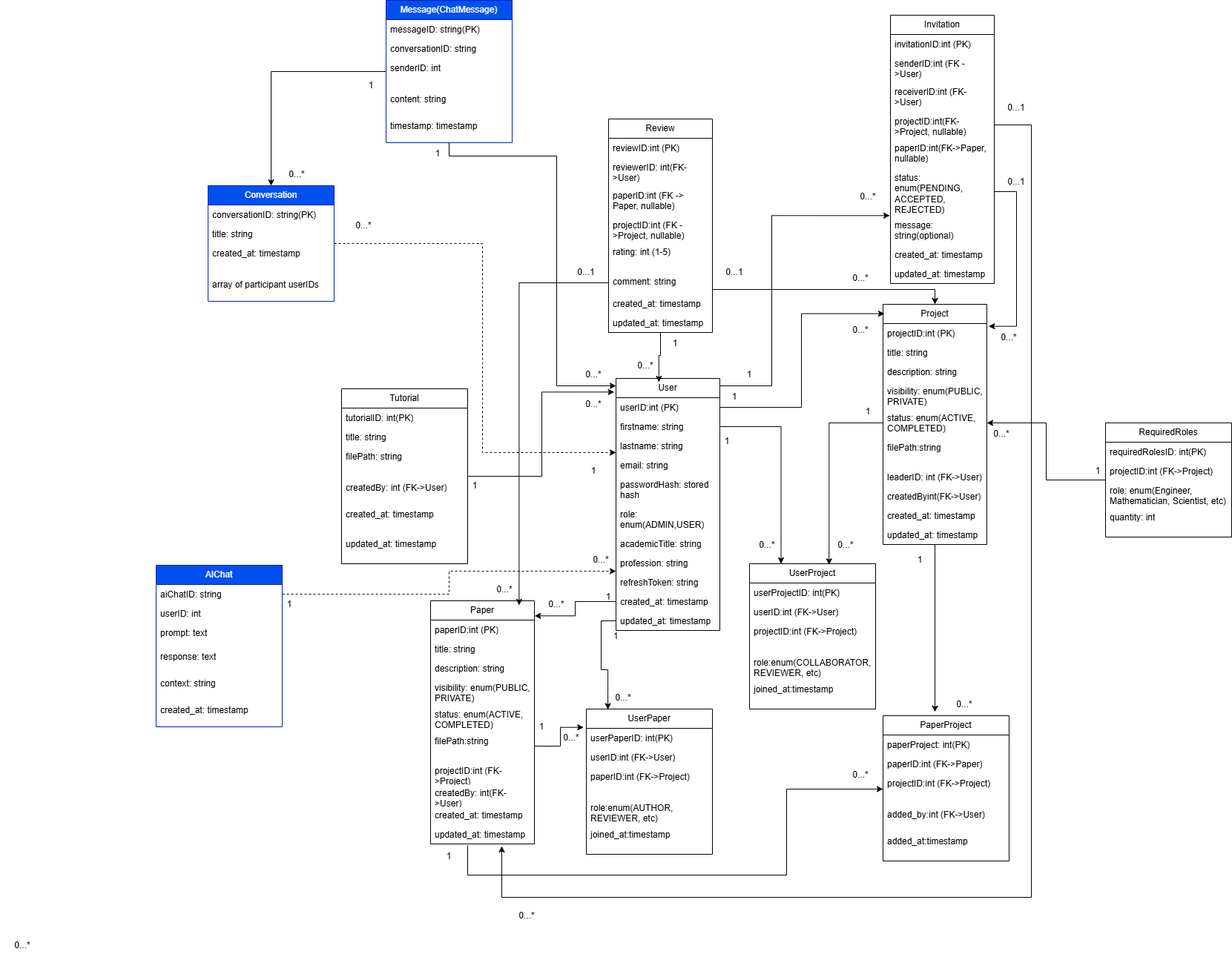
This is DOC/ERD of the project/SingularityExpress.drawio.png from ArbSahatqijaa/SingularityExpress, a draw.io export, as it was before one commit. Source tidied: cells renumbered, new cells last; positions are measured from the earlier drawing's top-left corner, leaving out a move shared by most shapes.
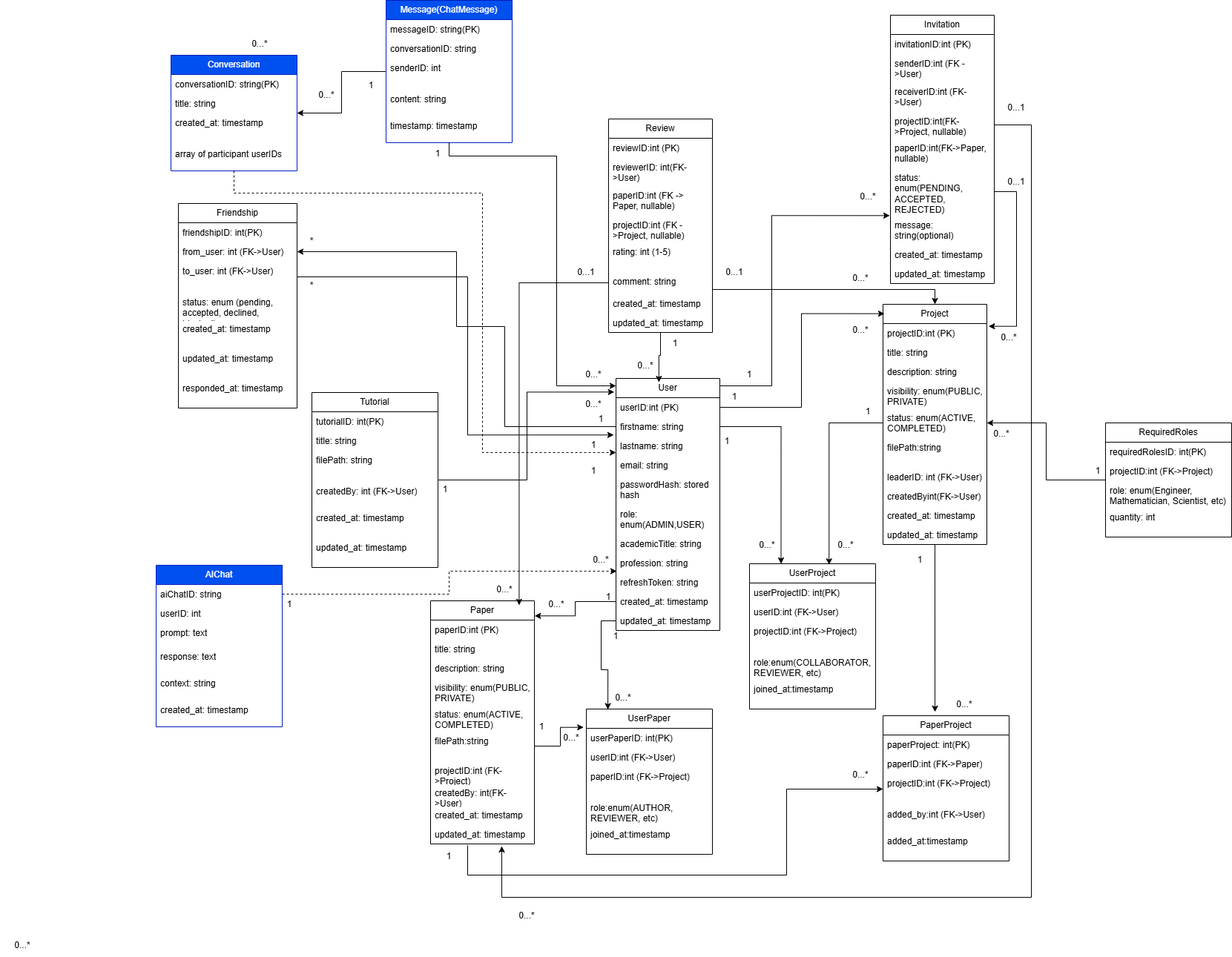
After the change.

Commit message:
ERD changed, added friendship as an entity, created Friendship model in the back

Change to the diagram source:
```diff
@@ -227,7 +227,7 @@
       <mxGeometry y="114" width="170" height="40" as="geometry" />
     </mxCell>
     <mxCell id="74" value="Tutorial" style="swimlane;fontStyle=0;horizontal=1;startSize=26;fillColor=none;whiteSpace=wrap;html=1;" parent="1" vertex="1">
-      <mxGeometry x="460" y="524" width="170" height="236" as="geometry" />
+      <mxGeometry x="420" y="529" width="170" height="236" as="geometry" />
     </mxCell>
     <mxCell id="75" value="tutorialID: int(PK)" style="text;strokeColor=none;fillColor=none;align=left;verticalAlign=top;spacingLeft=4;spacingRight=4;overflow=hidden;whiteSpace=wrap;html=1;" parent="74" vertex="1">
       <mxGeometry y="26" width="170" height="26" as="geometry" />
@@ -248,7 +248,7 @@
       <mxGeometry y="196" width="170" height="40" as="geometry" />
     </mxCell>
     <mxCell id="81" value="Conversation" style="swimlane;fontStyle=0;horizontal=1;startSize=26;fillColor=#0050ef;whiteSpace=wrap;html=1;fontColor=#ffffff;strokeColor=#001DBC;" parent="1" vertex="1">
-      <mxGeometry x="280" y="250" width="170" height="156" as="geometry" />
+      <mxGeometry x="230" y="74" width="170" height="156" as="geometry" />
     </mxCell>
     <mxCell id="82" value="conversationID: string(PK)" style="text;strokeColor=none;fillColor=none;align=left;verticalAlign=top;spacingLeft=4;spacingRight=4;overflow=hidden;whiteSpace=wrap;html=1;" parent="81" vertex="1">
       <mxGeometry y="26" width="170" height="26" as="geometry" />
@@ -443,7 +443,7 @@
       <mxGeometry relative="1" as="geometry" />
     </mxCell>
     <mxCell id="139" value="1" style="text;html=1;align=center;verticalAlign=middle;whiteSpace=wrap;rounded=0;" parent="1" vertex="1">
-      <mxGeometry x="610" y="640" width="60" height="30" as="geometry" />
+      <mxGeometry x="570" y="645" width="60" height="30" as="geometry" />
     </mxCell>
     <mxCell id="140" value="0...*" style="text;html=1;align=center;verticalAlign=middle;whiteSpace=wrap;rounded=0;" parent="1" vertex="1">
       <mxGeometry x="770" y="530" width="60" height="30" as="geometry" />
@@ -457,19 +457,20 @@
     <mxCell id="143" style="edgeStyle=orthogonalEdgeStyle;rounded=0;jettySize=auto;html=1;entryX=0;entryY=0.846;entryDx=0;entryDy=0;entryPerimeter=0;dashed=1;" parent="1" edge="1" source="81" target="5">
       <mxGeometry relative="1" as="geometry">
         <Array as="points">
-          <mxPoint x="650" y="328" />
+          <mxPoint x="315" y="260" />
+          <mxPoint x="650" y="260" />
           <mxPoint x="650" y="610" />
         </Array>
       </mxGeometry>
     </mxCell>
     <mxCell id="144" value="0...*" style="text;html=1;align=center;verticalAlign=middle;whiteSpace=wrap;rounded=0;" parent="1" vertex="1">
-      <mxGeometry x="460" y="289" width="60" height="30" as="geometry" />
+      <mxGeometry x="410" y="113" width="60" height="30" as="geometry" />
     </mxCell>
     <mxCell id="145" value="1" style="text;html=1;align=center;verticalAlign=middle;whiteSpace=wrap;rounded=0;" parent="1" vertex="1">
       <mxGeometry x="770" y="620" width="60" height="30" as="geometry" />
     </mxCell>
     <mxCell id="146" value="0...*" style="text;html=1;align=center;verticalAlign=middle;whiteSpace=wrap;rounded=0;" parent="1" vertex="1">
-      <mxGeometry x="370" y="220" width="60" height="30" as="geometry" />
+      <mxGeometry x="320" y="44" width="60" height="30" as="geometry" />
     </mxCell>
     <mxCell id="147" value="1" style="text;html=1;align=center;verticalAlign=middle;whiteSpace=wrap;rounded=0;" parent="1" vertex="1">
       <mxGeometry x="470" y="100" width="60" height="30" as="geometry" />
@@ -535,5 +536,59 @@
     <mxCell id="163" value="0...*" style="text;html=1;align=center;verticalAlign=middle;whiteSpace=wrap;rounded=0;" parent="1" vertex="1">
       <mxGeometry x="1270" y="935" width="60" height="30" as="geometry" />
     </mxCell>
+    <mxCell id="164" value="Friendship" style="swimlane;fontStyle=0;horizontal=1;startSize=26;fillColor=none;whiteSpace=wrap;html=1;" parent="1" vertex="1">
+      <mxGeometry x="240" y="274" width="160" height="276" as="geometry" />
+    </mxCell>
+    <mxCell id="165" value="friendshipID: int(PK)" style="text;strokeColor=none;fillColor=none;align=left;verticalAlign=top;spacingLeft=4;spacingRight=4;overflow=hidden;whiteSpace=wrap;html=1;" parent="164" vertex="1">
+      <mxGeometry y="26" width="160" height="26" as="geometry" />
+    </mxCell>
+    <mxCell id="166" value="from_user: int (FK-&amp;gt;User)" style="text;strokeColor=none;fillColor=none;align=left;verticalAlign=top;spacingLeft=4;spacingRight=4;overflow=hidden;points=[[0,0.5],[1,0.5]];portConstraint=eastwest;whiteSpace=wrap;html=1;" parent="164" vertex="1">
+      <mxGeometry y="52" width="160" height="26" as="geometry" />
+    </mxCell>
+    <mxCell id="167" value="to_user: int (FK-&amp;gt;User)" style="text;strokeColor=none;fillColor=none;align=left;verticalAlign=top;spacingLeft=4;spacingRight=4;overflow=hidden;points=[[0,0.5],[1,0.5]];portConstraint=eastwest;whiteSpace=wrap;html=1;" parent="164" vertex="1">
+      <mxGeometry y="78" width="160" height="42" as="geometry" />
+    </mxCell>
+    <mxCell id="168" value="status: enum (pending, accepted, declined, blocked)" style="text;strokeColor=none;fillColor=none;align=left;verticalAlign=top;spacingLeft=4;spacingRight=4;overflow=hidden;whiteSpace=wrap;html=1;" parent="164" vertex="1">
+      <mxGeometry y="120" width="160" height="36" as="geometry" />
+    </mxCell>
+    <mxCell id="169" value="created_at: timestamp" style="text;strokeColor=none;fillColor=none;align=left;verticalAlign=top;spacingLeft=4;spacingRight=4;overflow=hidden;whiteSpace=wrap;html=1;" parent="164" vertex="1">
+      <mxGeometry y="156" width="160" height="40" as="geometry" />
+    </mxCell>
+    <mxCell id="170" value="updated_at: timestamp" style="text;strokeColor=none;fillColor=none;align=left;verticalAlign=top;spacingLeft=4;spacingRight=4;overflow=hidden;whiteSpace=wrap;html=1;" parent="164" vertex="1">
+      <mxGeometry y="196" width="160" height="40" as="geometry" />
+    </mxCell>
+    <mxCell id="171" value="responded_at: timestamp" style="text;strokeColor=none;fillColor=none;align=left;verticalAlign=top;spacingLeft=4;spacingRight=4;overflow=hidden;whiteSpace=wrap;html=1;" parent="164" vertex="1">
+      <mxGeometry y="236" width="160" height="40" as="geometry" />
+    </mxCell>
+    <mxCell id="172" style="edgeStyle=orthogonalEdgeStyle;rounded=0;jettySize=auto;html=1;entryX=1;entryY=0.5;entryDx=0;entryDy=0;" parent="1" edge="1" source="4" target="166">
+      <mxGeometry relative="1" as="geometry">
+        <Array as="points">
+          <mxPoint x="680" y="575" />
+          <mxPoint x="680" y="440" />
+          <mxPoint x="615" y="440" />
+          <mxPoint x="615" y="339" />
+        </Array>
+      </mxGeometry>
+    </mxCell>
+    <mxCell id="173" style="edgeStyle=orthogonalEdgeStyle;rounded=0;jettySize=auto;html=1;entryX=-0.022;entryY=-0.066;entryDx=0;entryDy=0;entryPerimeter=0;" parent="1" edge="1" source="167" target="5">
+      <mxGeometry relative="1" as="geometry">
+        <Array as="points">
+          <mxPoint x="630" y="373" />
+          <mxPoint x="630" y="586" />
+        </Array>
+      </mxGeometry>
+    </mxCell>
+    <mxCell id="174" value="1" style="text;html=1;align=center;verticalAlign=middle;whiteSpace=wrap;rounded=0;" parent="1" vertex="1">
+      <mxGeometry x="780" y="550" width="60" height="30" as="geometry" />
+    </mxCell>
+    <mxCell id="175" value="*" style="text;html=1;align=center;verticalAlign=middle;whiteSpace=wrap;rounded=0;" parent="1" vertex="1">
+      <mxGeometry x="390" y="310" width="60" height="30" as="geometry" />
+    </mxCell>
+    <mxCell id="176" value="*" style="text;html=1;align=center;verticalAlign=middle;whiteSpace=wrap;rounded=0;" parent="1" vertex="1">
+      <mxGeometry x="390" y="370" width="60" height="30" as="geometry" />
+    </mxCell>
+    <mxCell id="177" value="1" style="text;html=1;align=center;verticalAlign=middle;whiteSpace=wrap;rounded=0;" parent="1" vertex="1">
+      <mxGeometry x="770" y="590" width="60" height="20" as="geometry" />
+    </mxCell>
   </root>
 </mxGraphModel>
```
